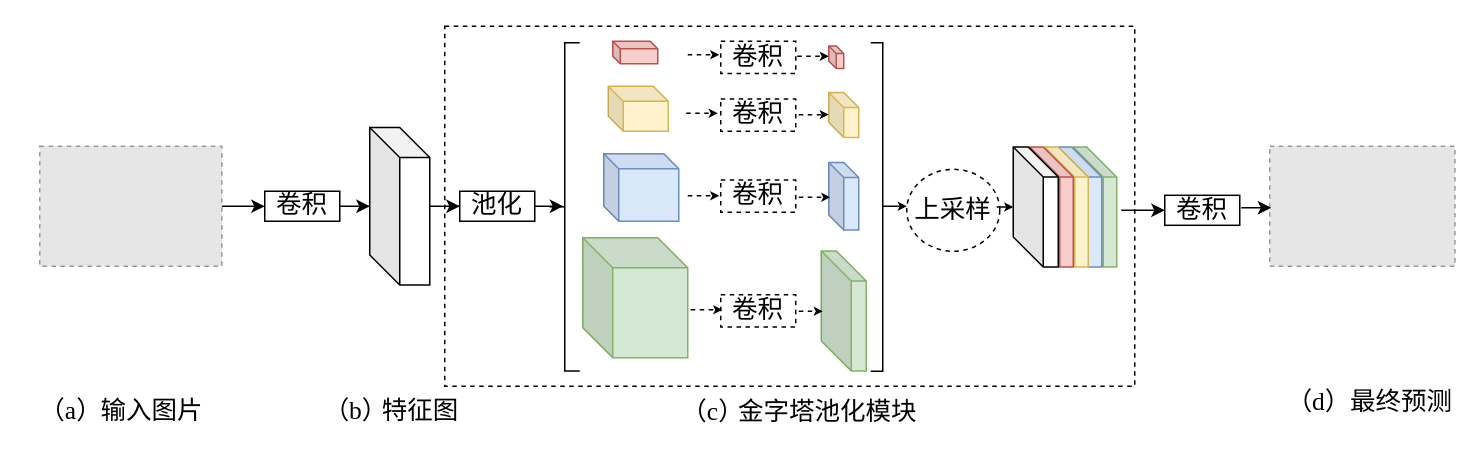
The draw.io diagram images/PSPNet.drawio in JMYok/wx_crossLearn, before the edit. Source tidied: cells renumbered, new cells numbered last; positions are measured from the earlier drawing's top-left corner, leaving out a move shared by most shapes. Both pictures are drawn from the tidied source at 150%, with x=0, y=0 at pixel (26, 26). Pictures stored in the file or linked from it are replaced by grey dashed boxes.
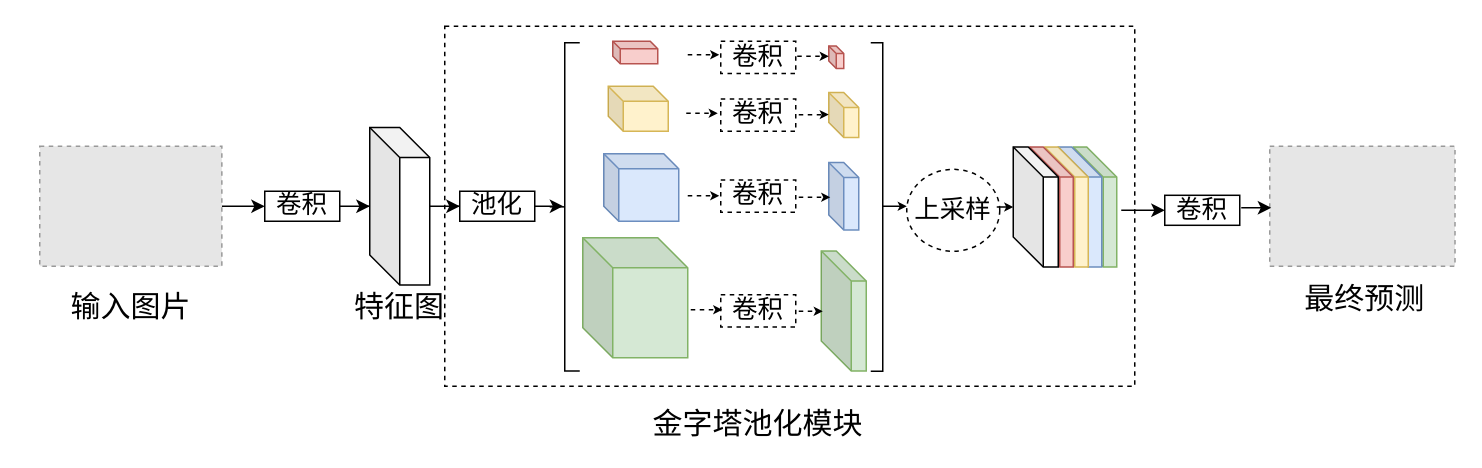
After the change.

The edit, as a diff of the source:
```diff
@@
-    <mxCell id="5" value="输入图片" style="text;html=1;align=center;verticalAlign=middle;whiteSpace=wrap;rounded=0;fontFamily=SimSun;fontSize=17;" parent="1" vertex="1">
-      <mxGeometry x="49.4" y="242" width="70" height="30" as="geometry" />
+    <mxCell id="5" value="输入图片" style="text;html=1;align=center;verticalAlign=middle;whiteSpace=wrap;rounded=0;fontFamily=SimSun;fontSize=20;" parent="1" vertex="1">
+      <mxGeometry x="27.6" y="172.5" width="84.3" height="27.5" as="geometry" />
     </mxCell>
-    <mxCell id="6" value="（a）" style="text;html=1;align=center;verticalAlign=middle;whiteSpace=wrap;rounded=0;fontFamily=Times New Roman;fontSize=17;" parent="1" vertex="1">
-      <mxGeometry y="242" width="60" height="30" as="geometry" />
-    </mxCell>
@@
-    <mxCell id="12" value="特征图" style="text;html=1;align=center;verticalAlign=middle;whiteSpace=wrap;rounded=0;fontFamily=SimSun;fontSize=17;" parent="1" vertex="1">
-      <mxGeometry x="227.7" y="242" width="70" height="30" as="geometry" />
+    <mxCell id="12" value="特征图" style="text;html=1;align=center;verticalAlign=middle;whiteSpace=wrap;rounded=0;fontFamily=SimSun;fontSize=20;" parent="1" vertex="1">
+      <mxGeometry x="214" y="171.2" width="70" height="30" as="geometry" />
     </mxCell>
-    <mxCell id="13" value="（b）" style="text;html=1;align=center;verticalAlign=middle;whiteSpace=wrap;rounded=0;fontFamily=Times New Roman;fontSize=17;" parent="1" vertex="1">
-      <mxGeometry x="190.3" y="242" width="60" height="30" as="geometry" />
-    </mxCell>
@@
-    <mxCell id="45" value="金字塔池化模块" style="text;html=1;align=center;verticalAlign=middle;whiteSpace=wrap;rounded=0;fontFamily=SimSun;fontSize=17;" parent="1" vertex="1">
-      <mxGeometry x="469.4" y="243" width="130.6" height="30" as="geometry" />
+    <mxCell id="45" value="金字塔池化模块" style="text;html=1;align=center;verticalAlign=middle;whiteSpace=wrap;rounded=0;fontFamily=SimSun;fontSize=20;" parent="1" vertex="1">
+      <mxGeometry x="413.2" y="250" width="149.6" height="27" as="geometry" />
     </mxCell>
-    <mxCell id="46" value="（c）" style="text;html=1;align=center;verticalAlign=middle;whiteSpace=wrap;rounded=0;fontFamily=Times New Roman;fontSize=17;" parent="1" vertex="1">
-      <mxGeometry x="428" y="243" width="60" height="30" as="geometry" />
-    </mxCell>
@@
-    <mxCell id="51" value="最终预测" style="text;html=1;align=center;verticalAlign=middle;whiteSpace=wrap;rounded=0;fontFamily=SimSun;fontSize=17;" parent="1" vertex="1">
-      <mxGeometry x="882" y="236" width="70" height="30" as="geometry" />
+    <mxCell id="51" value="最终预测" style="text;html=1;align=center;verticalAlign=middle;whiteSpace=wrap;rounded=0;fontFamily=SimSun;fontSize=20;" parent="1" vertex="1">
+      <mxGeometry x="844.2" y="166" width="97" height="30" as="geometry" />
     </mxCell>
-    <mxCell id="52" value="（d）" style="text;html=1;align=center;verticalAlign=middle;whiteSpace=wrap;rounded=0;fontFamily=Times New Roman;fontSize=17;" parent="1" vertex="1">
-      <mxGeometry x="832" y="236" width="60" height="30" as="geometry" />
-    </mxCell>
```
